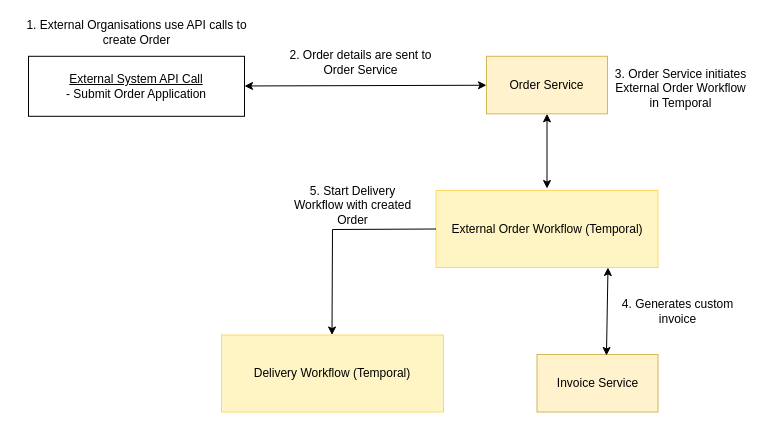
Above: diagrams/OrderCreateFromAPI.drawio in darkliyznyanlin910/esd-2425T2 (draw.io), before the change. Source tidied: cells renumbered, new cells numbered last; positions are measured from the earlier drawing's top-left corner, leaving out a move shared by most shapes. Both pictures are drawn from the tidied source at 100%, with x=0, y=0 at pixel (16, 17).
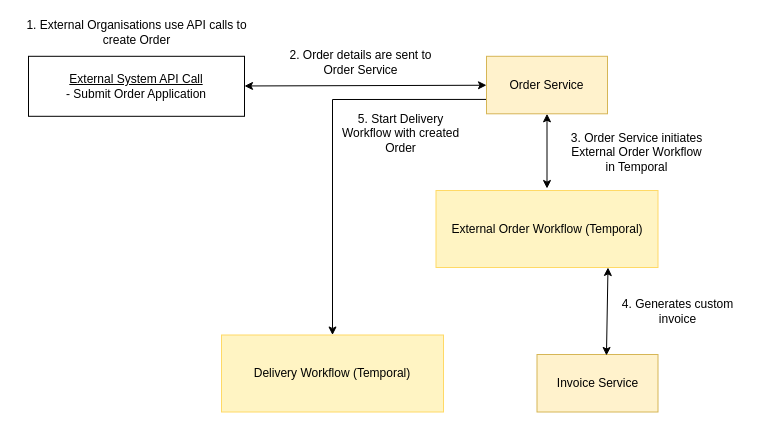
The same page after the edit.

Diff of the diagram source:
```diff
@@
 <mxGraphModel>
   <root>
     <mxCell id="0" />
     <mxCell id="1" parent="0" />
     <mxCell id="2" value="&lt;u&gt;External System API Call&lt;/u&gt;&lt;div&gt;- Submit Order Application&lt;/div&gt;" style="rounded=0;whiteSpace=wrap;html=1;" parent="1" vertex="1">
       <mxGeometry x="12" y="38.8" width="216" height="60" as="geometry" />
     </mxCell>
+    <mxCell id="16" style="edgeStyle=none;html=1;exitX=0;exitY=0.75;exitDx=0;exitDy=0;entryX=0.5;entryY=0;entryDx=0;entryDy=0;rounded=0;curved=0;" parent="1" edge="1" source="3" target="8">
+      <mxGeometry relative="1" as="geometry">
+        <Array as="points">
+          <mxPoint x="316" y="82" />
+        </Array>
+      </mxGeometry>
+    </mxCell>
     <mxCell id="3" value="Order Service" style="rounded=0;whiteSpace=wrap;html=1;fillColor=#fff2cc;strokeColor=#d6b656;" parent="1" vertex="1">
       <mxGeometry x="470" y="38.8" width="121" height="57.5" as="geometry" />
     </mxCell>
     <mxCell id="4" value="1. External Organisations use API calls to create Order" style="text;html=1;align=center;verticalAlign=middle;whiteSpace=wrap;rounded=0;" parent="1" vertex="1">
       <mxGeometry x="0.5" width="239" height="30" as="geometry" />
     </mxCell>
     <mxCell id="5" style="endArrow=classic;startArrow=classic;html=1;rounded=0;" parent="1" edge="1" source="2" target="3">
       <mxGeometry relative="1" as="geometry" />
     </mxCell>
     <mxCell id="6" style="endArrow=classic;startArrow=classic;html=1;rounded=0;entryX=0.5;entryY=1;entryDx=0;entryDy=0;" parent="1" edge="1" target="3">
       <mxGeometry relative="1" as="geometry">
         <mxPoint x="530.5" y="171" as="sourcePoint" />
       </mxGeometry>
     </mxCell>
     <mxCell id="7" value="2. Order details are sent to &lt;br&gt;Order Service" style="text;html=1;align=center;verticalAlign=middle;whiteSpace=wrap;rounded=0;" parent="1" vertex="1">
       <mxGeometry x="225" y="30" width="239" height="30" as="geometry" />
     </mxCell>
     <mxCell id="8" value="Delivery Workflow (Temporal)" style="rounded=0;whiteSpace=wrap;html=1;fillColor=light-dark(#FFF4C3,var(--ge-dark-color, #121212));strokeColor=light-dark(#FFD966,#FFFFFF);" parent="1" vertex="1">
       <mxGeometry x="205" y="317.5" width="222" height="77" as="geometry" />
     </mxCell>
     <mxCell id="9" value="External Order Workflow (Temporal)" style="rounded=0;whiteSpace=wrap;html=1;fillColor=light-dark(#FFF4C3,var(--ge-dark-color, #121212));strokeColor=light-dark(#FFD966,#FFFFFF);" parent="1" vertex="1">
       <mxGeometry x="419.5" y="173" width="222" height="77" as="geometry" />
     </mxCell>
     <mxCell id="10" value="Invoice Service" style="rounded=0;whiteSpace=wrap;html=1;fillColor=#fff2cc;strokeColor=#d6b656;" parent="1" vertex="1">
       <mxGeometry x="520.5" y="337" width="121" height="57.5" as="geometry" />
     </mxCell>
     <mxCell id="11" value="3. Order Service initiates External Order Workflow in Temporal" style="text;html=1;align=center;verticalAlign=middle;whiteSpace=wrap;rounded=0;" parent="1" vertex="1">
-      <mxGeometry x="597" y="56" width="135" height="30" as="geometry" />
+      <mxGeometry x="553" y="120" width="135" height="30" as="geometry" />
     </mxCell>
     <mxCell id="12" value="4. Generates custom invoice" style="text;html=1;align=center;verticalAlign=middle;whiteSpace=wrap;rounded=0;" parent="1" vertex="1">
       <mxGeometry x="594" y="279" width="135" height="30" as="geometry" />
     </mxCell>
     <mxCell id="13" style="endArrow=classic;startArrow=classic;html=1;rounded=0;entryX=0.5;entryY=1;entryDx=0;entryDy=0;exitX=0.574;exitY=0.017;exitDx=0;exitDy=0;exitPerimeter=0;" parent="1" edge="1" source="10">
       <mxGeometry relative="1" as="geometry">
         <mxPoint x="591.5" y="250" as="targetPoint" />
       </mxGeometry>
     </mxCell>
-    <mxCell id="14" style="endArrow=none;startArrow=classic;html=1;rounded=0;entryX=0;entryY=0.5;entryDx=0;entryDy=0;endFill=0;" parent="1" edge="1" target="9">
-      <mxGeometry relative="1" as="geometry">
-        <mxPoint x="315.5" y="317.5" as="sourcePoint" />
-        <Array as="points">
-          <mxPoint x="316" y="212" />
-        </Array>
-      </mxGeometry>
-    </mxCell>
     <mxCell id="15" value="5. Start Delivery Workflow with created Order" style="text;html=1;align=center;verticalAlign=middle;whiteSpace=wrap;rounded=0;" parent="1" vertex="1">
-      <mxGeometry x="269" y="173" width="135" height="30" as="geometry" />
+      <mxGeometry x="317" y="101" width="135" height="30" as="geometry" />
     </mxCell>
   </root>
 </mxGraphModel>
```
